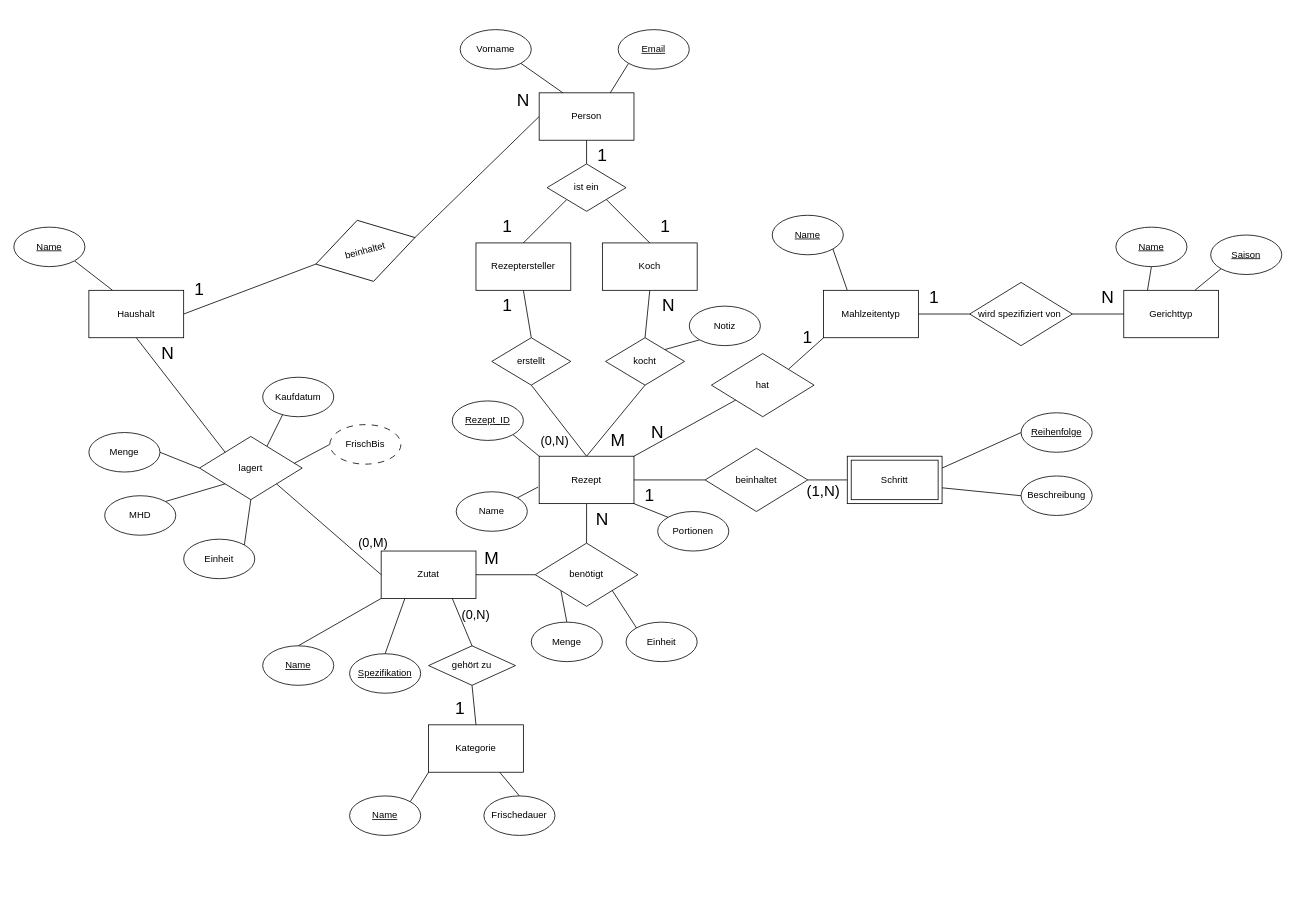
This is ERM_Rezeptdatenbank.drawio from yvesivo/datenbanken-kochbuch, a draw.io file, before an edit. Source tidied: cells renumbered, new cells numbered last; positions are measured from the earlier drawing's top-left corner, leaving out a move shared by most shapes. Both pictures are drawn from the tidied source at 79%, with x=0, y=0 at pixel (13, 29).
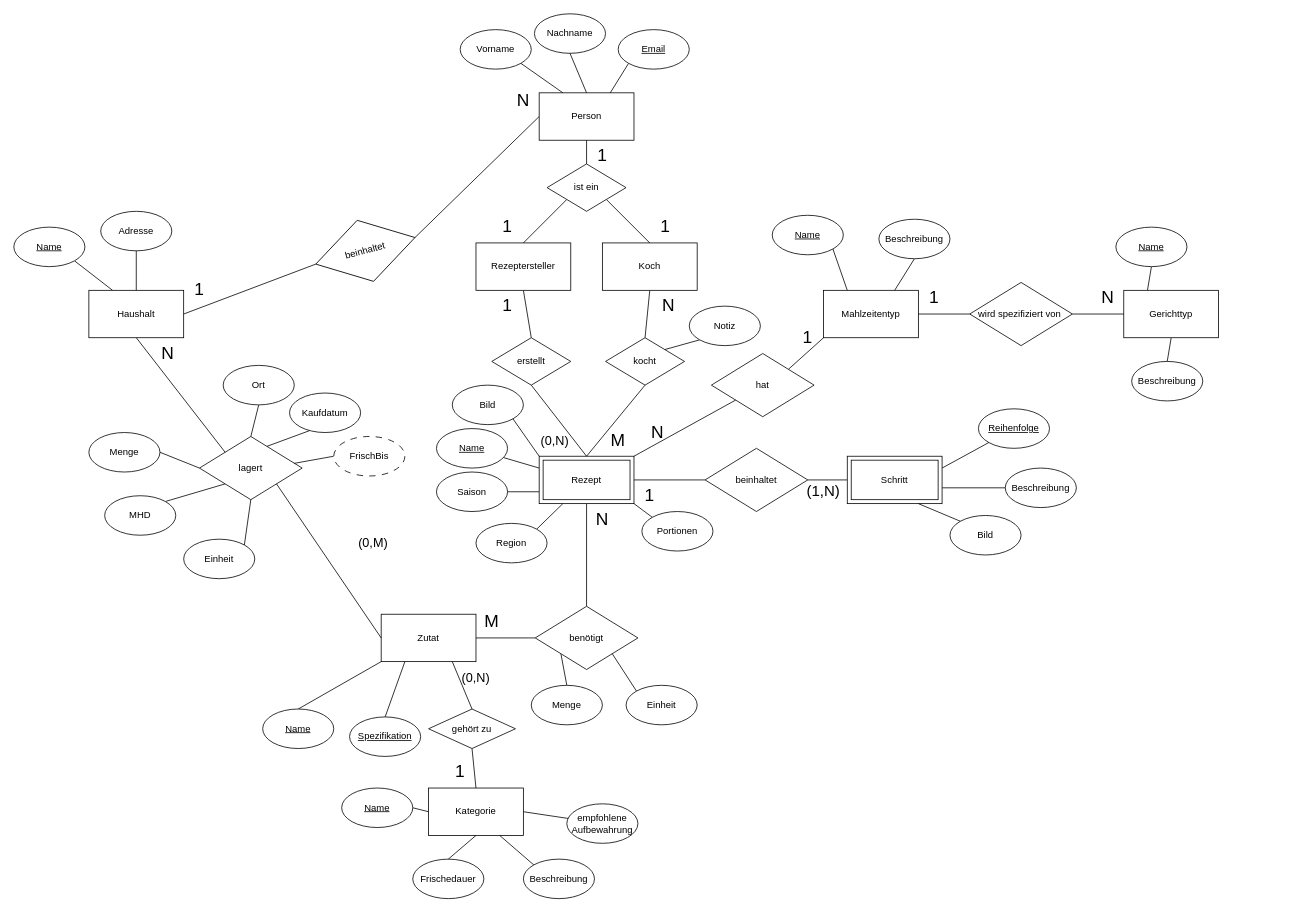
The same diagram, later.

Unchanged cells that the change refers to:
```xml
<mxCell id="11" value="lagert" style="rhombus;whiteSpace=wrap;html=1;shapeInside=1;" parent="1" vertex="1">
  <mxGeometry x="235" y="515" width="130" height="80" as="geometry" />
</mxCell>
<mxCell id="24" value="Person" style="rounded=0;whiteSpace=wrap;html=1;" parent="23" vertex="1">
  <mxGeometry x="40" y="10" width="120" height="60" as="geometry" />
</mxCell>
<mxCell id="28" value="Haushalt" style="rounded=0;whiteSpace=wrap;html=1;" parent="27" vertex="1">
  <mxGeometry y="10" width="120" height="60" as="geometry" />
</mxCell>
<mxCell id="49" style="rounded=0;whiteSpace=wrap;html=1;" parent="48" vertex="1">
  <mxGeometry width="120" height="60" as="geometry" />
</mxCell>
<mxCell id="66" value="Mahlzeitentyp" style="rounded=0;whiteSpace=wrap;html=1;" parent="1" vertex="1">
  <mxGeometry x="1025" y="330" width="120" height="60" as="geometry" />
</mxCell>
<mxCell id="76" value="Gerichttyp" style="rounded=0;whiteSpace=wrap;html=1;" parent="1" vertex="1">
  <mxGeometry x="1405" y="330" width="120" height="60" as="geometry" />
</mxCell>
<mxCell id="81" value="Kategorie" style="rounded=0;whiteSpace=wrap;html=1;" parent="80" vertex="1">
  <mxGeometry x="40" y="10" width="120" height="60" as="geometry" />
</mxCell>
```

Diff of the diagram source:
```diff
@@
-    <mxCell id="7" style="edgeStyle=none;shape=connector;rounded=0;jettySize=auto;html=1;exitX=-0.011;exitY=0.65;exitDx=0;exitDy=0;strokeColor=default;align=center;verticalAlign=middle;fontFamily=Helvetica;fontSize=11;fontColor=default;labelBackgroundColor=default;defaultLabelBackgroundColor=page;endArrow=none;endFill=0;exitPerimeter=0;" parent="1" edge="1" source="42" target="22">
+    <mxCell id="7" style="edgeStyle=none;shape=connector;rounded=0;jettySize=auto;html=1;exitX=0;exitY=0.25;exitDx=0;exitDy=0;strokeColor=default;align=center;verticalAlign=middle;fontFamily=Helvetica;fontSize=11;fontColor=default;labelBackgroundColor=default;defaultLabelBackgroundColor=page;endArrow=none;endFill=0;" parent="1" edge="1" source="42" target="22">
       <mxGeometry relative="1" as="geometry" />
     </mxCell>
@@
     <mxCell id="14" value="benötigt" style="rhombus;whiteSpace=wrap;html=1;shapeInside=1;newEdgeStyle=%7B%22shape%22%3A%22connector%22%2C%22rounded%22%3A%220%22%2C%22orthogonalLoop%22%3A%221%22%2C%22jettySize%22%3A%22auto%22%2C%22html%22%3A%221%22%2C%22strokeColor%22%3A%22default%22%2C%22align%22%3A%22center%22%2C%22verticalAlign%22%3A%22middle%22%2C%22fontFamily%22%3A%22Helvetica%22%2C%22fontSize%22%3A%2211%22%2C%22fontColor%22%3A%22default%22%2C%22labelBackgroundColor%22%3A%22default%22%2C%22defaultLabelBackgroundColor%22%3A%22page%22%2C%22endArrow%22%3A%22none%22%2C%22endFill%22%3A%220%22%2C%22edgeStyle%22%3A%22none%22%7D;" parent="1" vertex="1">
-      <mxGeometry x="660" y="650" width="130" height="80" as="geometry" />
+      <mxGeometry x="660" y="730" width="130" height="80" as="geometry" />
     </mxCell>
@@
     <mxCell id="19" value="&lt;u&gt;Name&lt;/u&gt;" style="ellipse;whiteSpace=wrap;html=1;shapeInside=1;" parent="1" vertex="1">
-      <mxGeometry x="315" y="780" width="90" height="50" as="geometry" />
+      <mxGeometry x="315" y="860" width="90" height="50" as="geometry" />
     </mxCell>
@@
-    <mxCell id="22" value="Name" style="ellipse;whiteSpace=wrap;html=1;shapeInside=1;" parent="1" vertex="1">
-      <mxGeometry x="560" y="585" width="90" height="50" as="geometry" />
+    <mxCell id="22" value="&lt;u&gt;Name&lt;/u&gt;" style="ellipse;whiteSpace=wrap;html=1;shapeInside=1;" parent="1" vertex="1">
+      <mxGeometry x="535" y="505" width="90" height="50" as="geometry" />
     </mxCell>
@@
     <mxCell id="32" style="group;" parent="1" vertex="1">
-      <mxGeometry x="425" y="650" width="200" height="70" as="geometry" />
+      <mxGeometry x="425" y="730" width="200" height="70" as="geometry" />
     </mxCell>
@@
     <mxCell id="36" value="Beschreibung" style="ellipse;whiteSpace=wrap;html=1;shapeInside=1;" parent="1" vertex="1">
-      <mxGeometry x="1275" y="565" width="90" height="50" as="geometry" />
+      <mxGeometry x="1255" y="555" width="90" height="50" as="geometry" />
     </mxCell>
     <mxCell id="37" value="&lt;u&gt;Reihenfolge&lt;/u&gt;" style="ellipse;whiteSpace=wrap;html=1;shapeInside=1;" parent="1" vertex="1">
-      <mxGeometry x="1275" y="485" width="90" height="50" as="geometry" />
+      <mxGeometry x="1221" y="480" width="90" height="50" as="geometry" />
     </mxCell>
-    <mxCell id="38" style="edgeStyle=none;shape=connector;rounded=0;jettySize=auto;html=1;exitX=1;exitY=0.25;exitDx=0;exitDy=0;entryX=0;entryY=0.5;entryDx=0;entryDy=0;strokeColor=default;align=center;verticalAlign=middle;fontFamily=Helvetica;fontSize=11;fontColor=default;labelBackgroundColor=default;defaultLabelBackgroundColor=page;endArrow=none;endFill=0;" parent="1" edge="1" source="49" target="37">
+    <mxCell id="38" style="edgeStyle=none;shape=connector;rounded=0;jettySize=auto;html=1;exitX=1;exitY=0.25;exitDx=0;exitDy=0;entryX=0;entryY=1;entryDx=0;entryDy=0;strokeColor=default;align=center;verticalAlign=middle;fontFamily=Helvetica;fontSize=11;fontColor=default;labelBackgroundColor=default;defaultLabelBackgroundColor=page;endArrow=none;endFill=0;" parent="1" edge="1" source="49" target="37">
       <mxGeometry relative="1" as="geometry" />
     </mxCell>
     <mxCell id="39" style="group;" parent="1" vertex="1">
-      <mxGeometry x="665" y="500" width="160" height="140" as="geometry" />
+      <mxGeometry x="665" y="500" width="220" height="160" as="geometry" />
     </mxCell>
     <mxCell id="40" style="group;fontSize=9;" parent="39" vertex="1">
-      <mxGeometry width="120" height="140" as="geometry" />
+      <mxGeometry width="220" height="160" as="geometry" />
     </mxCell>
     <mxCell id="41" style="group;" parent="40" vertex="1">
-      <mxGeometry y="40" width="120" height="100" as="geometry" />
+      <mxGeometry y="40" width="220" height="120" as="geometry" />
     </mxCell>
-    <mxCell id="42" value="Rezept" style="rounded=0;whiteSpace=wrap;html=1;" parent="41" vertex="1">
+    <mxCell id="42" style="rounded=0;whiteSpace=wrap;html=1;" parent="41" vertex="1">
       <mxGeometry width="120" height="60" as="geometry" />
     </mxCell>
@@
+    <mxCell id="120" value="Rezept" style="rounded=0;whiteSpace=wrap;html=1;" parent="41" vertex="1">
+      <mxGeometry x="5" y="5" width="110" height="50" as="geometry" />
+    </mxCell>
+    <mxCell id="51" value="Portionen" style="ellipse;whiteSpace=wrap;html=1;shapeInside=1;" parent="41" vertex="1">
+      <mxGeometry x="130" y="70" width="90" height="50" as="geometry" />
+    </mxCell>
+    <mxCell id="52" style="edgeStyle=none;shape=connector;rounded=0;jettySize=auto;html=1;exitX=1;exitY=1;exitDx=0;exitDy=0;entryX=0;entryY=0;entryDx=0;entryDy=0;strokeColor=default;align=center;verticalAlign=middle;fontFamily=Helvetica;fontSize=11;fontColor=default;labelBackgroundColor=default;defaultLabelBackgroundColor=page;endArrow=none;endFill=0;" parent="41" edge="1" source="42" target="51">
+      <mxGeometry relative="1" as="geometry" />
+    </mxCell>
@@
-    <mxCell id="51" value="Portionen" style="ellipse;whiteSpace=wrap;html=1;shapeInside=1;" parent="1" vertex="1">
-      <mxGeometry x="815" y="610" width="90" height="50" as="geometry" />
-    </mxCell>
-    <mxCell id="52" style="edgeStyle=none;shape=connector;rounded=0;jettySize=auto;html=1;exitX=1;exitY=1;exitDx=0;exitDy=0;entryX=0;entryY=0;entryDx=0;entryDy=0;strokeColor=default;align=center;verticalAlign=middle;fontFamily=Helvetica;fontSize=11;fontColor=default;labelBackgroundColor=default;defaultLabelBackgroundColor=page;endArrow=none;endFill=0;" parent="1" edge="1" source="42" target="51">
-      <mxGeometry relative="1" as="geometry" />
-    </mxCell>
@@
     <mxCell id="57" value="Einheit" style="ellipse;whiteSpace=wrap;html=1;shapeInside=1;" parent="1" vertex="1">
-      <mxGeometry x="775" y="750" width="90" height="50" as="geometry" />
+      <mxGeometry x="775" y="830" width="90" height="50" as="geometry" />
     </mxCell>
     <mxCell id="58" value="Menge" style="ellipse;whiteSpace=wrap;html=1;shapeInside=1;" parent="1" vertex="1">
-      <mxGeometry x="655" y="750" width="90" height="50" as="geometry" />
+      <mxGeometry x="655" y="830" width="90" height="50" as="geometry" />
     </mxCell>
@@
-    <mxCell id="63" style="shape=connector;rounded=0;jettySize=auto;html=1;exitX=1;exitY=1;exitDx=0;exitDy=0;entryX=0;entryY=0;entryDx=0;entryDy=0;strokeColor=default;align=center;verticalAlign=middle;fontFamily=Helvetica;fontSize=11;fontColor=default;labelBackgroundColor=default;defaultLabelBackgroundColor=page;endArrow=none;endFill=0;" parent="1" edge="1" source="64" target="42">
-      <mxGeometry relative="1" as="geometry" />
-    </mxCell>
-    <mxCell id="64" value="&lt;u&gt;Rezept_ID&lt;/u&gt;" style="ellipse;whiteSpace=wrap;html=1;shapeInside=1;newEdgeStyle=%7B%22shape%22%3A%22connector%22%2C%22rounded%22%3A%220%22%2C%22orthogonalLoop%22%3A%221%22%2C%22jettySize%22%3A%22auto%22%2C%22html%22%3A%221%22%2C%22strokeColor%22%3A%22default%22%2C%22align%22%3A%22center%22%2C%22verticalAlign%22%3A%22middle%22%2C%22fontFamily%22%3A%22Helvetica%22%2C%22fontSize%22%3A%2211%22%2C%22fontColor%22%3A%22default%22%2C%22labelBackgroundColor%22%3A%22default%22%2C%22defaultLabelBackgroundColor%22%3A%22page%22%2C%22endArrow%22%3A%22none%22%2C%22endFill%22%3A%220%22%2C%22edgeStyle%22%3A%22none%22%7D;" parent="1" vertex="1">
-      <mxGeometry x="555" y="470" width="90" height="50" as="geometry" />
-    </mxCell>
@@
-    <mxCell id="70" style="shape=connector;rounded=0;jettySize=auto;html=1;exitX=0;exitY=1;exitDx=0;exitDy=0;entryX=0.75;entryY=0;entryDx=0;entryDy=0;strokeColor=default;align=center;verticalAlign=middle;fontFamily=Helvetica;fontSize=11;fontColor=default;labelBackgroundColor=default;defaultLabelBackgroundColor=page;endArrow=none;endFill=0;" parent="1" edge="1" source="71" target="76">
-      <mxGeometry relative="1" as="geometry" />
-    </mxCell>
-    <mxCell id="71" value="&lt;u&gt;Saison&lt;/u&gt;" style="ellipse;whiteSpace=wrap;html=1;shapeInside=1;" parent="1" vertex="1">
-      <mxGeometry x="1515" y="260" width="90" height="50" as="geometry" />
-    </mxCell>
@@
+    <mxCell id="121" style="edgeStyle=none;shape=connector;rounded=0;jettySize=auto;html=1;exitX=0.5;exitY=1;exitDx=0;exitDy=0;entryX=0.5;entryY=0;entryDx=0;entryDy=0;strokeColor=default;align=center;verticalAlign=middle;fontFamily=Helvetica;fontSize=11;fontColor=default;labelBackgroundColor=default;defaultLabelBackgroundColor=page;endArrow=none;endFill=0;" parent="1" edge="1" source="76" target="130">
+      <mxGeometry relative="1" as="geometry" />
+    </mxCell>
@@
     <mxCell id="80" style="group;" parent="1" vertex="1">
-      <mxGeometry x="485" y="870" width="200" height="70" as="geometry" />
+      <mxGeometry x="485" y="950" width="200" height="70" as="geometry" />
     </mxCell>
@@
-    <mxCell id="83" style="edgeStyle=none;shape=connector;rounded=0;jettySize=auto;html=1;exitX=1;exitY=0;exitDx=0;exitDy=0;strokeColor=default;align=center;verticalAlign=middle;fontFamily=Helvetica;fontSize=11;fontColor=default;labelBackgroundColor=default;defaultLabelBackgroundColor=page;labelPadding=0 4;endArrow=none;endFill=0;" parent="1" edge="1" source="84">
-      <mxGeometry relative="1" as="geometry">
-        <mxPoint x="525" y="940" as="targetPoint" />
-      </mxGeometry>
+    <mxCell id="83" style="edgeStyle=none;shape=connector;rounded=0;jettySize=auto;html=1;exitX=1;exitY=0.5;exitDx=0;exitDy=0;strokeColor=default;align=center;verticalAlign=middle;fontFamily=Helvetica;fontSize=11;fontColor=default;labelBackgroundColor=default;defaultLabelBackgroundColor=page;labelPadding=0 4;endArrow=none;endFill=0;entryX=0;entryY=0.5;entryDx=0;entryDy=0;" parent="1" edge="1" source="84" target="81">
+      <mxGeometry relative="1" as="geometry" />
     </mxCell>
     <mxCell id="84" value="&lt;u&gt;Name&lt;/u&gt;" style="ellipse;whiteSpace=wrap;html=1;shapeInside=1;" parent="1" vertex="1">
-      <mxGeometry x="425" y="970" width="90" height="50" as="geometry" />
+      <mxGeometry x="415" y="960" width="90" height="50" as="geometry" />
     </mxCell>
@@
     <mxCell id="86" value="&lt;u&gt;Spezifikation&lt;/u&gt;" style="ellipse;whiteSpace=wrap;html=1;shapeInside=1;" parent="1" vertex="1">
-      <mxGeometry x="425" y="790" width="90" height="50" as="geometry" />
+      <mxGeometry x="425" y="870" width="90" height="50" as="geometry" />
     </mxCell>
     <mxCell id="87" value="Frischedauer" style="ellipse;whiteSpace=wrap;html=1;shapeInside=1;" parent="1" vertex="1">
-      <mxGeometry x="595" y="970" width="90" height="50" as="geometry" />
+      <mxGeometry x="505" y="1050" width="90" height="50" as="geometry" />
     </mxCell>
-    <mxCell id="88" style="edgeStyle=none;shape=connector;rounded=0;jettySize=auto;html=1;exitX=0.75;exitY=1;exitDx=0;exitDy=0;entryX=0.5;entryY=0;entryDx=0;entryDy=0;strokeColor=default;align=center;verticalAlign=middle;fontFamily=Helvetica;fontSize=11;fontColor=default;labelBackgroundColor=default;defaultLabelBackgroundColor=page;labelPadding=0 4;endArrow=none;endFill=0;" parent="1" edge="1" source="81" target="87">
+    <mxCell id="88" style="edgeStyle=none;shape=connector;rounded=0;jettySize=auto;html=1;exitX=0.5;exitY=1;exitDx=0;exitDy=0;entryX=0.5;entryY=0;entryDx=0;entryDy=0;strokeColor=default;align=center;verticalAlign=middle;fontFamily=Helvetica;fontSize=11;fontColor=default;labelBackgroundColor=default;defaultLabelBackgroundColor=page;labelPadding=0 4;endArrow=none;endFill=0;" parent="1" edge="1" source="81" target="87">
       <mxGeometry relative="1" as="geometry" />
     </mxCell>
@@
     <mxCell id="108" value="FrischBis" style="ellipse;whiteSpace=wrap;html=1;shapeInside=1;dashed=1;dashPattern=8 8;" parent="1" vertex="1">
-      <mxGeometry x="400" y="500" width="90" height="50" as="geometry" />
+      <mxGeometry x="405" y="515" width="90" height="50" as="geometry" />
     </mxCell>
@@
     <mxCell id="113" value="gehört zu" style="rhombus;whiteSpace=wrap;html=1;shapeInside=1;newEdgeStyle=%7B%22shape%22%3A%22connector%22%2C%22rounded%22%3A%220%22%2C%22orthogonalLoop%22%3A%221%22%2C%22jettySize%22%3A%22auto%22%2C%22html%22%3A%221%22%2C%22strokeColor%22%3A%22default%22%2C%22align%22%3A%22center%22%2C%22verticalAlign%22%3A%22middle%22%2C%22fontFamily%22%3A%22Helvetica%22%2C%22fontSize%22%3A%2211%22%2C%22fontColor%22%3A%22default%22%2C%22labelBackgroundColor%22%3A%22default%22%2C%22defaultLabelBackgroundColor%22%3A%22page%22%2C%22endArrow%22%3A%22none%22%2C%22endFill%22%3A%220%22%2C%22edgeStyle%22%3A%22none%22%7D;" parent="1" vertex="1">
-      <mxGeometry x="525" y="780" width="110" height="50" as="geometry" />
+      <mxGeometry x="525" y="860" width="110" height="50" as="geometry" />
     </mxCell>
@@
     <mxCell id="115" value="&lt;span style=&quot;font-size: 16px;&quot;&gt;(0,N)&lt;/span&gt;" style="text;html=1;whiteSpace=wrap;strokeColor=none;fillColor=none;align=center;verticalAlign=middle;rounded=0;fontSize=6;" parent="1" vertex="1">
-      <mxGeometry x="565" y="720" width="40" height="40" as="geometry" />
+      <mxGeometry x="565" y="800" width="40" height="40" as="geometry" />
     </mxCell>
     <mxCell id="116" value="Kaufdatum" style="ellipse;whiteSpace=wrap;html=1;shapeInside=1;" parent="1" vertex="1">
-      <mxGeometry x="315" y="440" width="90" height="50" as="geometry" />
+      <mxGeometry x="349" y="460" width="90" height="50" as="geometry" />
     </mxCell>
@@
+    <mxCell id="122" value="Nachname" style="ellipse;whiteSpace=wrap;html=1;shapeInside=1;" parent="1" vertex="1">
+      <mxGeometry x="659" y="-20" width="90" height="50" as="geometry" />
+    </mxCell>
+    <mxCell id="123" style="edgeStyle=none;shape=connector;rounded=0;jettySize=auto;html=1;exitX=0.5;exitY=1;exitDx=0;exitDy=0;entryX=0.5;entryY=0;entryDx=0;entryDy=0;strokeColor=default;align=center;verticalAlign=middle;fontFamily=Helvetica;fontSize=11;fontColor=default;labelBackgroundColor=default;defaultLabelBackgroundColor=page;endArrow=none;endFill=0;" parent="1" edge="1" source="122" target="24">
+      <mxGeometry relative="1" as="geometry" />
+    </mxCell>
+    <mxCell id="124" value="Adresse" style="ellipse;whiteSpace=wrap;html=1;shapeInside=1;" parent="1" vertex="1">
+      <mxGeometry x="110" y="230" width="90" height="50" as="geometry" />
+    </mxCell>
+    <mxCell id="125" style="shape=connector;rounded=0;jettySize=auto;html=1;exitX=0.5;exitY=0;exitDx=0;exitDy=0;strokeColor=default;align=center;verticalAlign=middle;fontFamily=Helvetica;fontSize=11;fontColor=default;labelBackgroundColor=default;defaultLabelBackgroundColor=page;endArrow=none;endFill=0;" parent="1" edge="1" source="28" target="124">
+      <mxGeometry relative="1" as="geometry" />
+    </mxCell>
+    <mxCell id="126" style="edgeStyle=none;shape=connector;rounded=0;jettySize=auto;html=1;exitX=0.5;exitY=1;exitDx=0;exitDy=0;entryX=0.75;entryY=0;entryDx=0;entryDy=0;strokeColor=default;align=center;verticalAlign=middle;fontFamily=Helvetica;fontSize=11;fontColor=default;labelBackgroundColor=default;defaultLabelBackgroundColor=page;endArrow=none;endFill=0;" parent="1" edge="1" source="127" target="66">
+      <mxGeometry relative="1" as="geometry" />
+    </mxCell>
+    <mxCell id="127" value="Beschreibung" style="ellipse;whiteSpace=wrap;html=1;shapeInside=1;" parent="1" vertex="1">
+      <mxGeometry x="1095" y="240" width="90" height="50" as="geometry" />
+    </mxCell>
+    <mxCell id="128" value="Beschreibung" style="ellipse;whiteSpace=wrap;html=1;shapeInside=1;" parent="1" vertex="1">
+      <mxGeometry x="645" y="1050" width="90" height="50" as="geometry" />
+    </mxCell>
+    <mxCell id="129" style="edgeStyle=none;shape=connector;rounded=0;jettySize=auto;html=1;exitX=0.75;exitY=1;exitDx=0;exitDy=0;entryX=0;entryY=0;entryDx=0;entryDy=0;strokeColor=default;align=center;verticalAlign=middle;fontFamily=Helvetica;fontSize=11;fontColor=default;labelBackgroundColor=default;defaultLabelBackgroundColor=page;labelPadding=0 4;endArrow=none;endFill=0;" parent="1" edge="1" source="81" target="128">
+      <mxGeometry relative="1" as="geometry" />
+    </mxCell>
+    <mxCell id="130" value="Beschreibung" style="ellipse;whiteSpace=wrap;html=1;shapeInside=1;" parent="1" vertex="1">
+      <mxGeometry x="1415" y="420" width="90" height="50" as="geometry" />
+    </mxCell>
+    <mxCell id="131" value="Bild" style="ellipse;whiteSpace=wrap;html=1;shapeInside=1;" parent="1" vertex="1">
+      <mxGeometry x="1185" y="615" width="90" height="50" as="geometry" />
+    </mxCell>
+    <mxCell id="132" style="edgeStyle=none;shape=connector;rounded=0;jettySize=auto;html=1;exitX=0.75;exitY=1;exitDx=0;exitDy=0;entryX=0;entryY=0;entryDx=0;entryDy=0;strokeColor=default;align=center;verticalAlign=middle;fontFamily=Helvetica;fontSize=11;fontColor=default;labelBackgroundColor=default;defaultLabelBackgroundColor=page;endArrow=none;endFill=0;" parent="1" edge="1" source="49" target="131">
+      <mxGeometry relative="1" as="geometry" />
+    </mxCell>
+    <mxCell id="133" value="Bild" style="ellipse;whiteSpace=wrap;html=1;shapeInside=1;" parent="1" vertex="1">
+      <mxGeometry x="555" y="450" width="90" height="50" as="geometry" />
+    </mxCell>
+    <mxCell id="134" style="edgeStyle=none;shape=connector;rounded=0;jettySize=auto;html=1;exitX=0;exitY=0;exitDx=0;exitDy=0;entryX=1;entryY=1;entryDx=0;entryDy=0;strokeColor=default;align=center;verticalAlign=middle;fontFamily=Helvetica;fontSize=11;fontColor=default;labelBackgroundColor=default;defaultLabelBackgroundColor=page;endArrow=none;endFill=0;" parent="1" edge="1" source="42" target="133">
+      <mxGeometry relative="1" as="geometry" />
+    </mxCell>
+    <mxCell id="135" style="edgeStyle=none;shape=connector;rounded=0;jettySize=auto;html=1;exitX=0.5;exitY=1;exitDx=0;exitDy=0;entryX=0.5;entryY=0;entryDx=0;entryDy=0;strokeColor=default;align=center;verticalAlign=middle;fontFamily=Helvetica;fontSize=11;fontColor=default;labelBackgroundColor=default;defaultLabelBackgroundColor=page;endArrow=none;endFill=0;" parent="1" edge="1" source="136" target="11">
+      <mxGeometry relative="1" as="geometry" />
+    </mxCell>
+    <mxCell id="136" value="Ort" style="ellipse;whiteSpace=wrap;html=1;shapeInside=1;" parent="1" vertex="1">
+      <mxGeometry x="265" y="425" width="90" height="50" as="geometry" />
+    </mxCell>
+    <mxCell id="137" value="empfohlene Aufbewahrung" style="ellipse;whiteSpace=wrap;html=1;shapeInside=1;" parent="1" vertex="1">
+      <mxGeometry x="700" y="980" width="90" height="50" as="geometry" />
+    </mxCell>
+    <mxCell id="138" style="edgeStyle=none;shape=connector;rounded=0;jettySize=auto;html=1;exitX=1;exitY=0.5;exitDx=0;exitDy=0;strokeColor=default;align=center;verticalAlign=middle;fontFamily=Helvetica;fontSize=11;fontColor=default;labelBackgroundColor=default;defaultLabelBackgroundColor=page;endArrow=none;endFill=0;" parent="1" edge="1" source="81" target="137">
+      <mxGeometry relative="1" as="geometry" />
+    </mxCell>
+    <mxCell id="139" style="edgeStyle=none;shape=connector;rounded=0;jettySize=auto;html=1;exitX=1;exitY=0.5;exitDx=0;exitDy=0;entryX=0;entryY=0.75;entryDx=0;entryDy=0;strokeColor=default;align=center;verticalAlign=middle;fontFamily=Helvetica;fontSize=11;fontColor=default;labelBackgroundColor=default;defaultLabelBackgroundColor=page;endArrow=none;endFill=0;" parent="1" edge="1" source="71" target="42">
+      <mxGeometry relative="1" as="geometry" />
+    </mxCell>
+    <mxCell id="71" value="Saison" style="ellipse;whiteSpace=wrap;html=1;shapeInside=1;" parent="1" vertex="1">
+      <mxGeometry x="535" y="560" width="90" height="50" as="geometry" />
+    </mxCell>
+    <mxCell id="140" style="edgeStyle=none;shape=connector;rounded=0;jettySize=auto;html=1;exitX=1;exitY=0;exitDx=0;exitDy=0;entryX=0.25;entryY=1;entryDx=0;entryDy=0;strokeColor=default;align=center;verticalAlign=middle;fontFamily=Helvetica;fontSize=11;fontColor=default;labelBackgroundColor=default;defaultLabelBackgroundColor=page;endArrow=none;endFill=0;" parent="1" edge="1" source="141" target="42">
+      <mxGeometry relative="1" as="geometry" />
+    </mxCell>
+    <mxCell id="141" value="Region" style="ellipse;whiteSpace=wrap;html=1;shapeInside=1;" parent="1" vertex="1">
+      <mxGeometry x="585" y="625" width="90" height="50" as="geometry" />
+    </mxCell>
```
